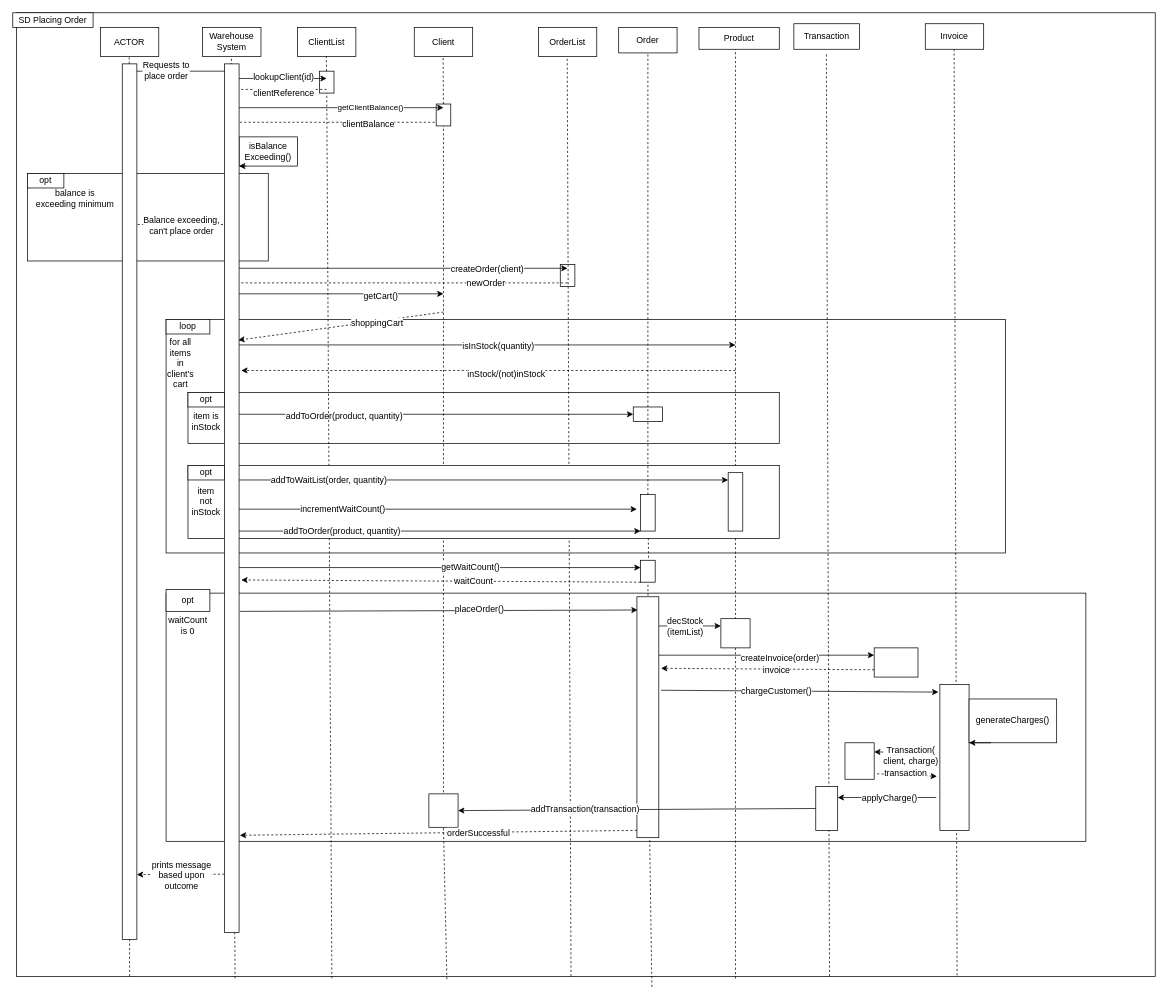
Earlier version of the draw.io diagram Project_1/SequenceDiagrams/AcceptOrder.drawio (chrismd2/CSci-430-Group-11). Source tidied: cells renumbered, new cells numbered last; positions are measured from the earlier drawing's top-left corner, leaving out a move shared by most shapes. Both pictures are drawn from the tidied source at 73%, with x=0, y=0 at pixel (12, 12).
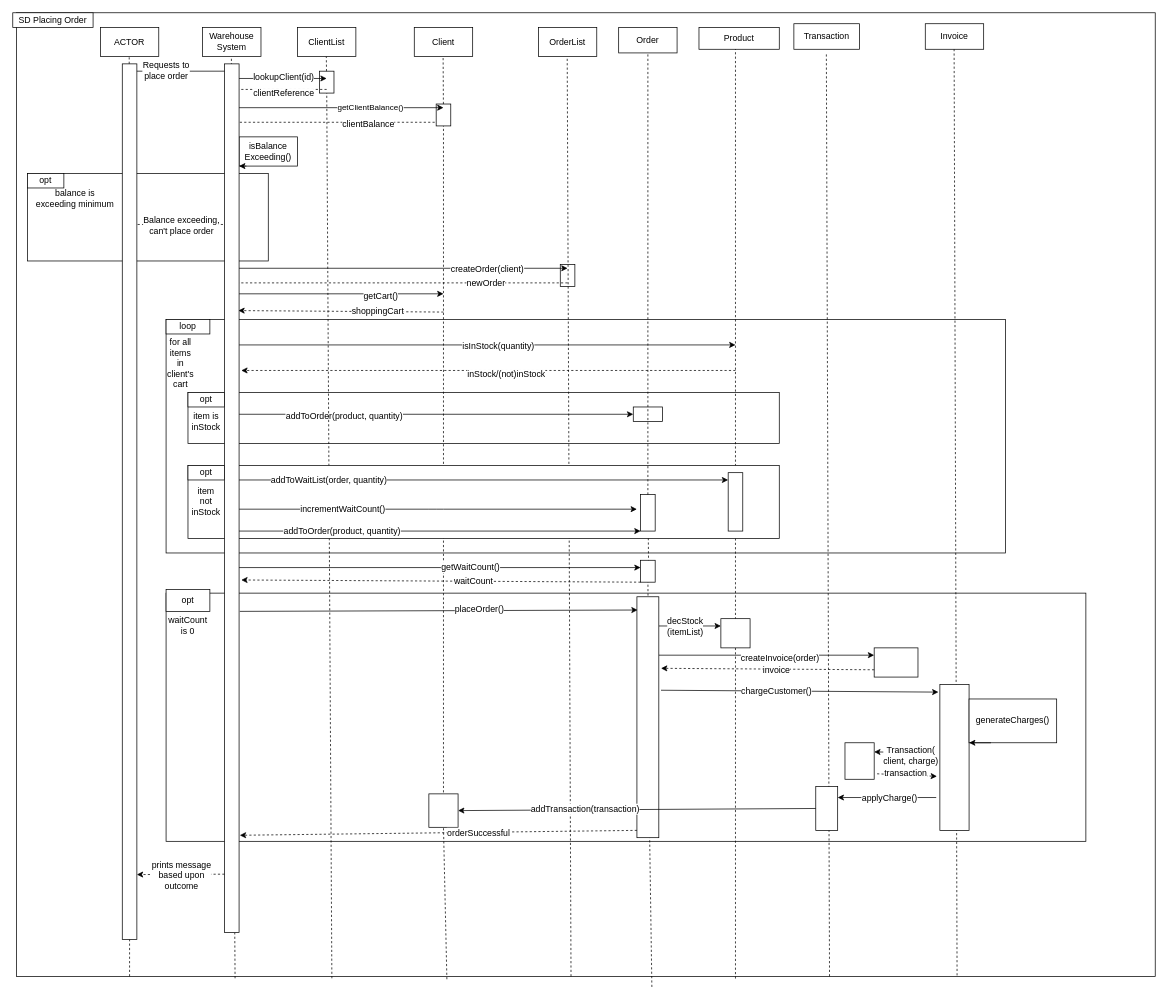
The same diagram, later.

The change refers to these unchanged cells:
```xml
<mxCell id="77" style="rounded=0;whiteSpace=wrap;html=1;" parent="71" vertex="1">
  <mxGeometry width="20" height="1190" as="geometry" />
</mxCell>
```

Change to the diagram source:
```diff
@@
-    <mxCell id="43" style="endArrow=classic;html=1;entryX=0.95;entryY=0.318;entryDx=0;entryDy=0;entryPerimeter=0;dashed=1;" parent="1" edge="1" target="77">
+    <mxCell id="43" style="endArrow=classic;html=1;entryX=0.95;entryY=0.284;entryDx=0;entryDy=0;entryPerimeter=0;dashed=1;" parent="1" edge="1" target="77">
       <mxGeometry relative="1" as="geometry">
         <mxPoint x="590" y="410" as="sourcePoint" />
       </mxGeometry>
     </mxCell>
```
